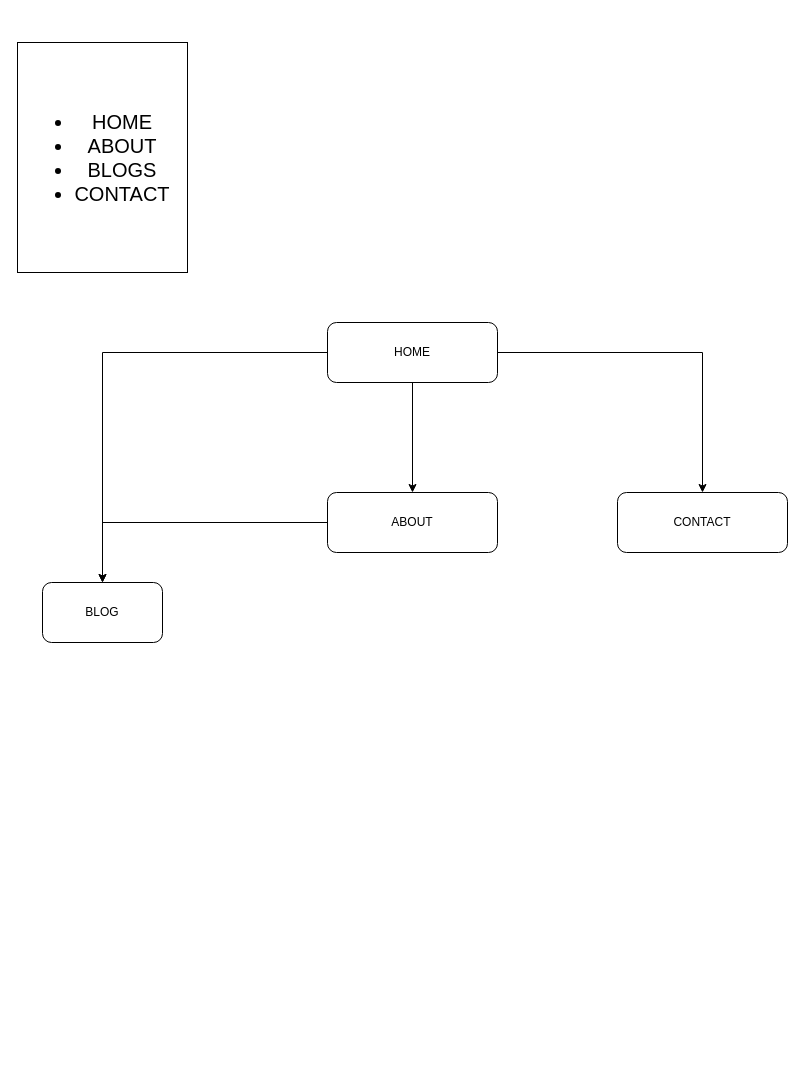
Earlier version of the draw.io diagram Portfolio-final.drawio (danilo90lan/Portfolio-WebSite). Source tidied: cells renumbered, new cells numbered last; positions are measured from the earlier drawing's top-left corner, leaving out a move shared by most shapes. Both pictures are drawn from the tidied source at 100%, with x=0, y=0 at pixel (17, 42).
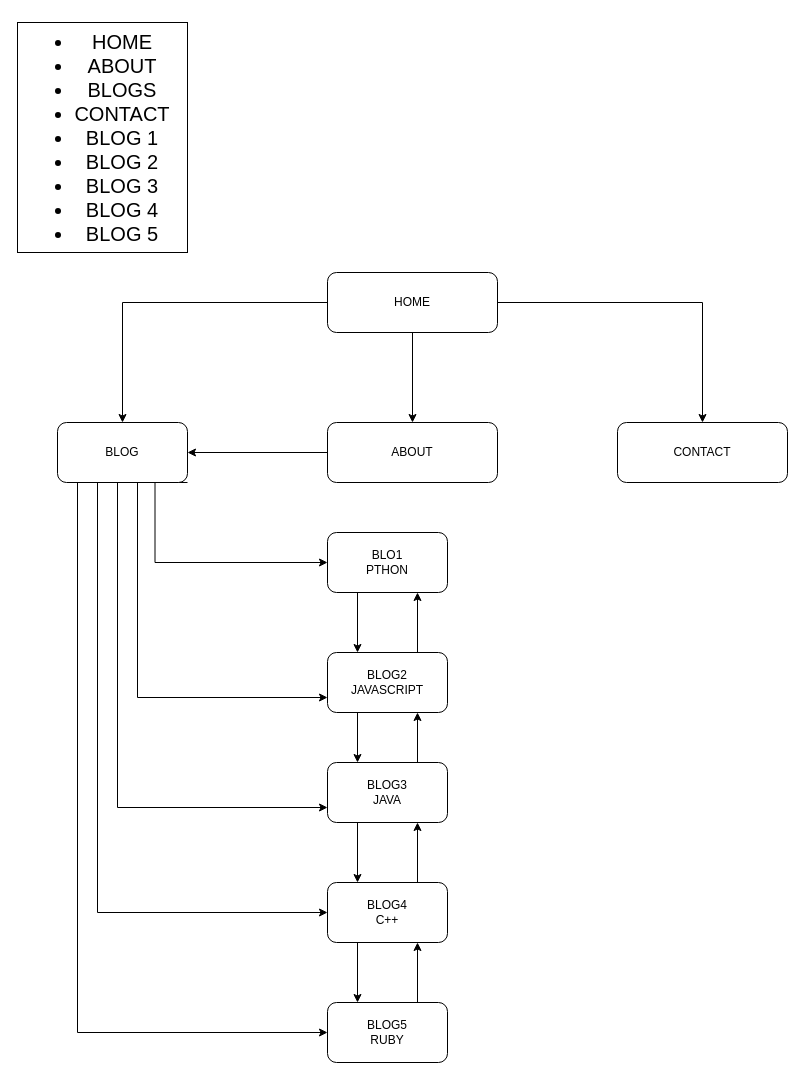
The same page after the edit.

The edit, as a diff of the source:
```diff
@@
-    <mxCell id="2" value="&lt;ul&gt;&lt;li style=&quot;font-size: 20px;&quot;&gt;HOME&lt;/li&gt;&lt;li style=&quot;font-size: 20px;&quot;&gt;ABOUT&lt;/li&gt;&lt;li style=&quot;font-size: 20px;&quot;&gt;BLOGS&lt;/li&gt;&lt;li style=&quot;font-size: 20px;&quot;&gt;CONTACT&lt;/li&gt;&lt;/ul&gt;" style="rounded=0;whiteSpace=wrap;html=1;" parent="1" vertex="1">
-      <mxGeometry width="170" height="230" as="geometry" />
+    <mxCell id="2" value="&lt;ul&gt;&lt;li style=&quot;font-size: 20px;&quot;&gt;HOME&lt;/li&gt;&lt;li style=&quot;font-size: 20px;&quot;&gt;ABOUT&lt;/li&gt;&lt;li style=&quot;font-size: 20px;&quot;&gt;BLOGS&lt;/li&gt;&lt;li style=&quot;font-size: 20px;&quot;&gt;CONTACT&lt;/li&gt;&lt;li style=&quot;font-size: 20px;&quot;&gt;BLOG 1&lt;/li&gt;&lt;li style=&quot;font-size: 20px;&quot;&gt;BLOG 2&lt;/li&gt;&lt;li style=&quot;font-size: 20px;&quot;&gt;BLOG 3&lt;/li&gt;&lt;li style=&quot;font-size: 20px;&quot;&gt;BLOG 4&lt;/li&gt;&lt;li style=&quot;font-size: 20px;&quot;&gt;BLOG 5&lt;/li&gt;&lt;/ul&gt;" style="rounded=0;whiteSpace=wrap;html=1;" parent="1" vertex="1">
+      <mxGeometry y="-20" width="170" height="230" as="geometry" />
     </mxCell>
@@
     <mxCell id="6" value="HOME" style="rounded=1;whiteSpace=wrap;html=1;" parent="1" vertex="1">
-      <mxGeometry x="310" y="280" width="170" height="60" as="geometry" />
+      <mxGeometry x="310" y="230" width="170" height="60" as="geometry" />
     </mxCell>
@@
     <mxCell id="8" value="ABOUT" style="rounded=1;whiteSpace=wrap;html=1;" parent="1" vertex="1">
-      <mxGeometry x="310" y="450" width="170" height="60" as="geometry" />
+      <mxGeometry x="310" y="380" width="170" height="60" as="geometry" />
     </mxCell>
+    <mxCell id="11" style="edgeStyle=orthogonalEdgeStyle;rounded=0;jettySize=auto;html=1;exitX=1;exitY=1;exitDx=0;exitDy=0;entryX=0;entryY=0.75;entryDx=0;entryDy=0;" parent="1" edge="1" source="9" target="21">
+      <mxGeometry relative="1" as="geometry">
+        <Array as="points">
+          <mxPoint x="120" y="440" />
+          <mxPoint x="120" y="655" />
+        </Array>
+      </mxGeometry>
+    </mxCell>
+    <mxCell id="12" style="edgeStyle=orthogonalEdgeStyle;rounded=0;jettySize=auto;html=1;exitX=0.75;exitY=1;exitDx=0;exitDy=0;entryX=0;entryY=0.75;entryDx=0;entryDy=0;" parent="1" edge="1" source="9" target="24">
+      <mxGeometry relative="1" as="geometry">
+        <Array as="points">
+          <mxPoint x="100" y="440" />
+          <mxPoint x="100" y="765" />
+        </Array>
+      </mxGeometry>
+    </mxCell>
+    <mxCell id="13" style="edgeStyle=orthogonalEdgeStyle;rounded=0;jettySize=auto;html=1;exitX=0.25;exitY=1;exitDx=0;exitDy=0;" parent="1" edge="1" source="9" target="29">
+      <mxGeometry relative="1" as="geometry">
+        <Array as="points">
+          <mxPoint x="60" y="440" />
+          <mxPoint x="60" y="990" />
+        </Array>
+      </mxGeometry>
+    </mxCell>
+    <mxCell id="14" style="edgeStyle=orthogonalEdgeStyle;rounded=0;jettySize=auto;html=1;exitX=0.5;exitY=1;exitDx=0;exitDy=0;entryX=0;entryY=0.5;entryDx=0;entryDy=0;" parent="1" edge="1" source="9" target="27">
+      <mxGeometry relative="1" as="geometry">
+        <Array as="points">
+          <mxPoint x="80" y="440" />
+          <mxPoint x="80" y="870" />
+        </Array>
+      </mxGeometry>
+    </mxCell>
+    <mxCell id="15" style="edgeStyle=orthogonalEdgeStyle;rounded=0;jettySize=auto;html=1;exitX=0.75;exitY=1;exitDx=0;exitDy=0;entryX=0;entryY=0.5;entryDx=0;entryDy=0;" parent="1" edge="1" source="9" target="18">
+      <mxGeometry relative="1" as="geometry" />
+    </mxCell>
     <mxCell id="9" value="BLOG" style="whiteSpace=wrap;html=1;rounded=1;" parent="1" vertex="1">
-      <mxGeometry x="25" y="540" width="120" height="60" as="geometry" />
+      <mxGeometry x="40" y="380" width="130" height="60" as="geometry" />
     </mxCell>
     <mxCell id="10" value="CONTACT" style="rounded=1;whiteSpace=wrap;html=1;" parent="1" vertex="1">
-      <mxGeometry x="600" y="450" width="170" height="60" as="geometry" />
+      <mxGeometry x="600" y="380" width="170" height="60" as="geometry" />
     </mxCell>
+    <mxCell id="16" style="edgeStyle=orthogonalEdgeStyle;rounded=0;orthogonalLoop=1;jettySize=auto;html=1;exitX=0.5;exitY=1;exitDx=0;exitDy=0;" parent="1" edge="1" source="2" target="2">
+      <mxGeometry relative="1" as="geometry" />
+    </mxCell>
+    <mxCell id="17" style="edgeStyle=orthogonalEdgeStyle;rounded=0;jettySize=auto;html=1;exitX=0.25;exitY=1;exitDx=0;exitDy=0;entryX=0.25;entryY=0;entryDx=0;entryDy=0;" parent="1" edge="1" source="18" target="21">
+      <mxGeometry relative="1" as="geometry" />
+    </mxCell>
+    <mxCell id="18" value="BLO1&lt;div&gt;PTHON&lt;/div&gt;" style="whiteSpace=wrap;html=1;rounded=1;" parent="1" vertex="1">
+      <mxGeometry x="310" y="490" width="120" height="60" as="geometry" />
+    </mxCell>
+    <mxCell id="19" style="edgeStyle=orthogonalEdgeStyle;rounded=0;jettySize=auto;html=1;exitX=0.75;exitY=0;exitDx=0;exitDy=0;entryX=0.75;entryY=1;entryDx=0;entryDy=0;" parent="1" edge="1" source="21" target="18">
+      <mxGeometry relative="1" as="geometry" />
+    </mxCell>
+    <mxCell id="20" style="edgeStyle=orthogonalEdgeStyle;rounded=0;jettySize=auto;html=1;exitX=0.25;exitY=1;exitDx=0;exitDy=0;entryX=0.25;entryY=0;entryDx=0;entryDy=0;" parent="1" edge="1" source="21" target="24">
+      <mxGeometry relative="1" as="geometry" />
+    </mxCell>
+    <mxCell id="21" value="BLOG2&lt;div&gt;JAVASCRIPT&lt;/div&gt;" style="whiteSpace=wrap;html=1;rounded=1;" parent="1" vertex="1">
+      <mxGeometry x="310" y="610" width="120" height="60" as="geometry" />
+    </mxCell>
+    <mxCell id="22" style="edgeStyle=orthogonalEdgeStyle;rounded=0;jettySize=auto;html=1;exitX=0.75;exitY=0;exitDx=0;exitDy=0;entryX=0.75;entryY=1;entryDx=0;entryDy=0;" parent="1" edge="1" source="24" target="21">
+      <mxGeometry relative="1" as="geometry" />
+    </mxCell>
+    <mxCell id="23" style="edgeStyle=orthogonalEdgeStyle;rounded=0;jettySize=auto;html=1;exitX=0.25;exitY=1;exitDx=0;exitDy=0;entryX=0.25;entryY=0;entryDx=0;entryDy=0;" parent="1" edge="1" source="24" target="27">
+      <mxGeometry relative="1" as="geometry" />
+    </mxCell>
+    <mxCell id="24" value="BLOG3&lt;div&gt;JAVA&lt;/div&gt;" style="whiteSpace=wrap;html=1;rounded=1;" parent="1" vertex="1">
+      <mxGeometry x="310" y="720" width="120" height="60" as="geometry" />
+    </mxCell>
+    <mxCell id="25" style="edgeStyle=orthogonalEdgeStyle;rounded=0;jettySize=auto;html=1;exitX=0.75;exitY=0;exitDx=0;exitDy=0;entryX=0.75;entryY=1;entryDx=0;entryDy=0;" parent="1" edge="1" source="27" target="24">
+      <mxGeometry relative="1" as="geometry" />
+    </mxCell>
+    <mxCell id="26" style="edgeStyle=orthogonalEdgeStyle;rounded=0;jettySize=auto;html=1;exitX=0.25;exitY=1;exitDx=0;exitDy=0;entryX=0.25;entryY=0;entryDx=0;entryDy=0;" parent="1" edge="1" source="27" target="29">
+      <mxGeometry relative="1" as="geometry" />
+    </mxCell>
+    <mxCell id="27" value="BLOG4&lt;br&gt;C++" style="whiteSpace=wrap;html=1;rounded=1;" parent="1" vertex="1">
+      <mxGeometry x="310" y="840" width="120" height="60" as="geometry" />
+    </mxCell>
+    <mxCell id="28" style="edgeStyle=orthogonalEdgeStyle;rounded=0;jettySize=auto;html=1;exitX=0.75;exitY=0;exitDx=0;exitDy=0;entryX=0.75;entryY=1;entryDx=0;entryDy=0;" parent="1" edge="1" source="29" target="27">
+      <mxGeometry relative="1" as="geometry" />
+    </mxCell>
+    <mxCell id="29" value="BLOG5&lt;div&gt;RUBY&lt;/div&gt;" style="whiteSpace=wrap;html=1;rounded=1;" parent="1" vertex="1">
+      <mxGeometry x="310" y="960" width="120" height="60" as="geometry" />
+    </mxCell>
```
